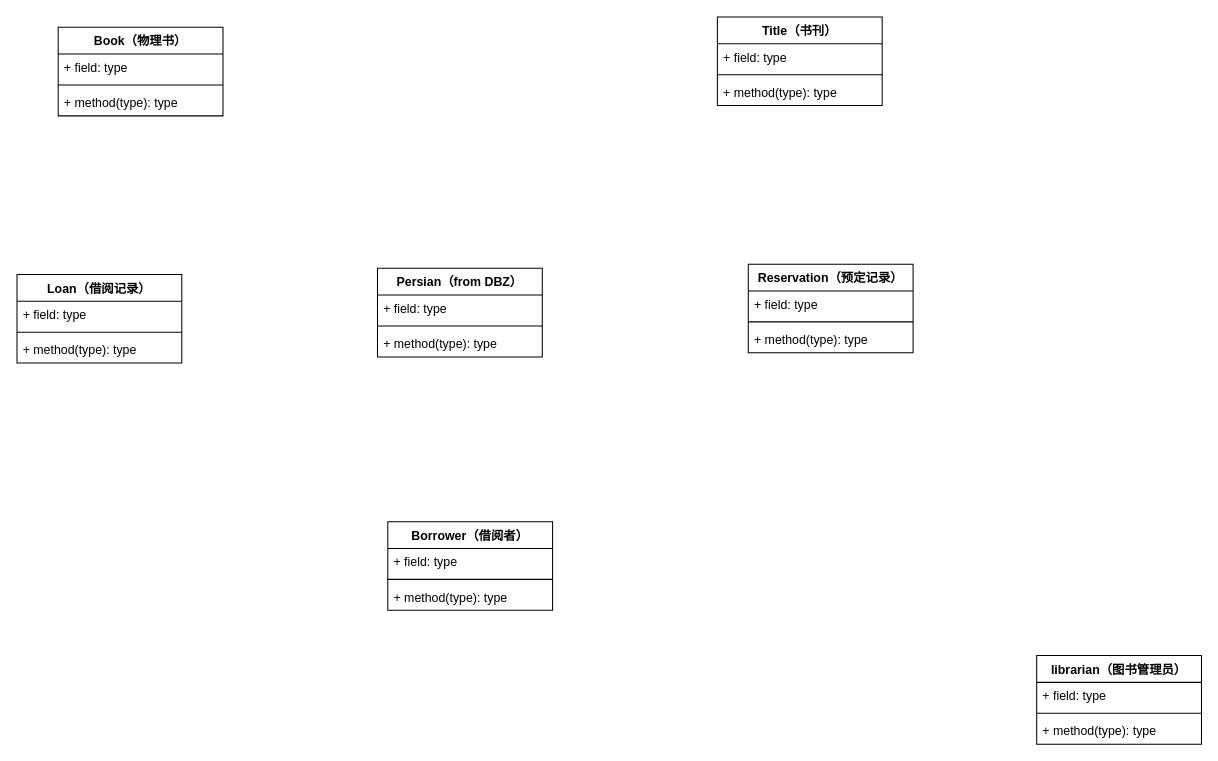
Earlier version of the draw.io diagram 未命名绘图.drawio (xiaogitta/drawImg). Source tidied: cells renumbered, new cells numbered last; positions are measured from the earlier drawing's top-left corner, leaving out a move shared by most shapes. Both pictures are drawn from the tidied source at 103%, with x=0, y=0 at pixel (16, 16).
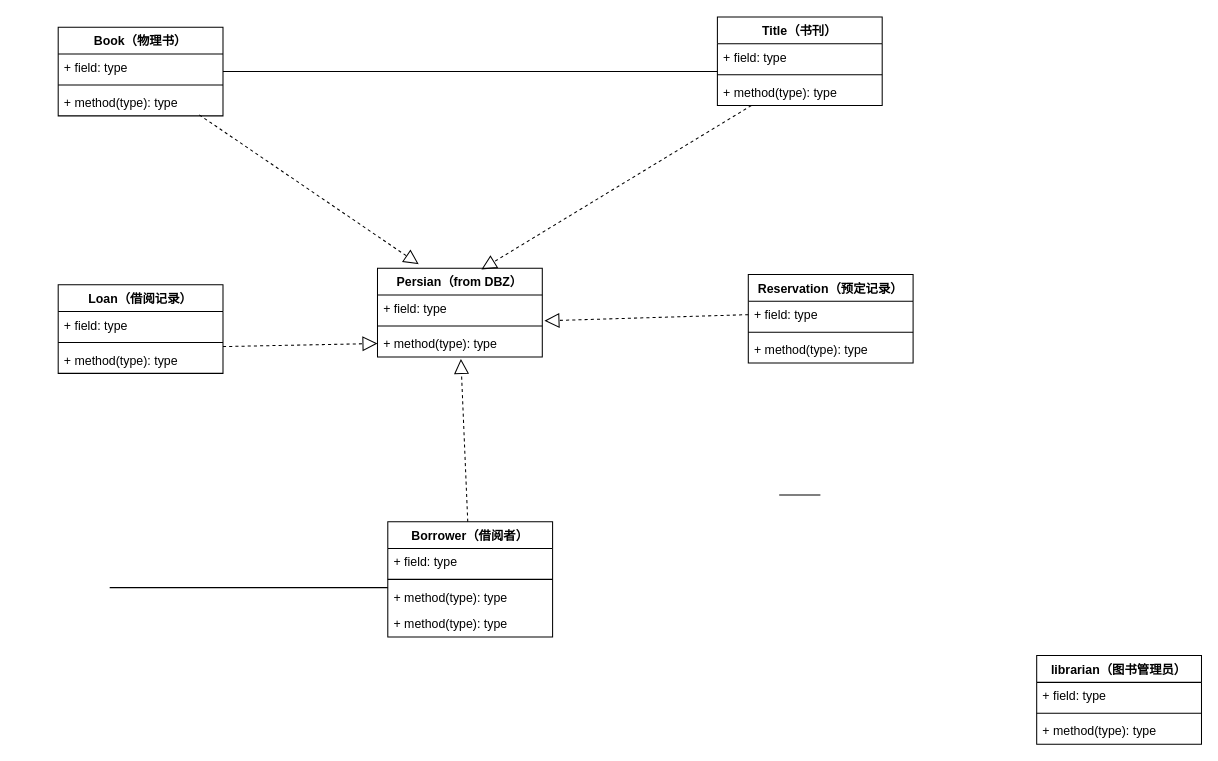
The same diagram, later.

Commit message (it also covers changes not shown here):
更新未命名绘图.drawio

The change refers to these unchanged cells:
```xml
<mxCell id="9" value="+ method(type): type" style="text;strokeColor=none;fillColor=none;align=left;verticalAlign=top;spacingLeft=4;spacingRight=4;overflow=hidden;points=[[0,0.5],[1,0.5]];portConstraint=eastwest;" parent="6" vertex="1">
  <mxGeometry y="60" width="160" height="26" as="geometry" />
</mxCell>
<mxCell id="13" value="+ method(type): type" style="text;strokeColor=none;fillColor=none;align=left;verticalAlign=top;spacingLeft=4;spacingRight=4;overflow=hidden;points=[[0,0.5],[1,0.5]];portConstraint=eastwest;" parent="10" vertex="1">
  <mxGeometry y="60" width="160" height="26" as="geometry" />
</mxCell>
<mxCell id="19" value="+ field: type" style="text;strokeColor=none;fillColor=none;align=left;verticalAlign=top;spacingLeft=4;spacingRight=4;overflow=hidden;points=[[0,0.5],[1,0.5]];portConstraint=eastwest;" parent="18" vertex="1">
  <mxGeometry y="26" width="160" height="26" as="geometry" />
</mxCell>
<mxCell id="26" value="Persian（from DBZ）" style="swimlane;fontStyle=1;align=center;verticalAlign=top;horizontal=1;startSize=26;" parent="1" vertex="1">
  <mxGeometry x="350" y="244" width="160" height="86" as="geometry" />
</mxCell>
<mxCell id="27" value="+ field: type" style="text;strokeColor=none;fillColor=none;align=left;verticalAlign=top;spacingLeft=4;spacingRight=4;overflow=hidden;points=[[0,0.5],[1,0.5]];portConstraint=eastwest;" parent="26" vertex="1">
  <mxGeometry y="26" width="160" height="26" as="geometry" />
</mxCell>
<mxCell id="29" value="+ method(type): type" style="text;strokeColor=none;fillColor=none;align=left;verticalAlign=top;spacingLeft=4;spacingRight=4;overflow=hidden;points=[[0,0.5],[1,0.5]];portConstraint=eastwest;" parent="26" vertex="1">
  <mxGeometry y="60" width="160" height="26" as="geometry" />
</mxCell>
```

Diff of the diagram source:
```diff
@@
     <mxCell id="2" value="Borrower（借阅者）" style="swimlane;fontStyle=1;align=center;verticalAlign=top;horizontal=1;startSize=26;" parent="1" vertex="1">
-      <mxGeometry x="360" y="490" width="160" height="86" as="geometry" />
+      <mxGeometry x="360" y="490" width="160" height="112" as="geometry" />
     </mxCell>
@@
+    <mxCell id="30" value="+ method(type): type" style="text;strokeColor=none;fillColor=none;align=left;verticalAlign=top;spacingLeft=4;spacingRight=4;overflow=hidden;" parent="2" vertex="1">
+      <mxGeometry y="60" width="160" height="26" as="geometry" />
+    </mxCell>
     <mxCell id="5" value="+ method(type): type" style="text;strokeColor=none;fillColor=none;align=left;verticalAlign=top;spacingLeft=4;spacingRight=4;overflow=hidden;" parent="2" vertex="1">
-      <mxGeometry y="60" width="160" height="26" as="geometry" />
+      <mxGeometry y="86" width="160" height="26" as="geometry" />
     </mxCell>
@@
     <mxCell id="14" value="Loan（借阅记录）" style="swimlane;fontStyle=1;align=center;verticalAlign=top;horizontal=1;startSize=26;" parent="1" vertex="1">
-      <mxGeometry y="250" width="160" height="86" as="geometry" />
+      <mxGeometry x="40" y="260" width="160" height="86" as="geometry" />
     </mxCell>
@@
     <mxCell id="18" value="Reservation（预定记录）" style="swimlane;fontStyle=1;align=center;verticalAlign=top;horizontal=1;startSize=26;" parent="1" vertex="1">
-      <mxGeometry x="710" y="240" width="160" height="86" as="geometry" />
+      <mxGeometry x="710" y="250" width="160" height="86" as="geometry" />
     </mxCell>
@@
+    <mxCell id="31" style="line;strokeWidth=1;fillColor=none;align=left;verticalAlign=middle;spacingTop=-1;spacingLeft=3;spacingRight=3;labelPosition=right;strokeColor=inherit;" parent="1" vertex="1">
+      <mxGeometry x="200" y="49" width="480" height="8" as="geometry" />
+    </mxCell>
+    <mxCell id="32" style="line;strokeWidth=1;fillColor=none;align=left;verticalAlign=middle;spacingTop=-1;spacingLeft=3;spacingRight=3;labelPosition=right;strokeColor=inherit;" parent="1" vertex="1">
+      <mxGeometry x="740" y="460" width="40" height="8" as="geometry" />
+    </mxCell>
+    <mxCell id="33" style="endArrow=block;dashed=1;endFill=0;endSize=12;html=1;rounded=0;entryX=0.631;entryY=0.012;entryDx=0;entryDy=0;entryPerimeter=0;exitX=0.206;exitY=1;exitDx=0;exitDy=0;exitPerimeter=0;" parent="1" edge="1" source="9" target="26">
+      <mxGeometry relative="1" as="geometry" />
+    </mxCell>
+    <mxCell id="34" style="endArrow=block;dashed=1;endFill=0;endSize=12;html=1;rounded=0;exitX=0.856;exitY=0.962;exitDx=0;exitDy=0;exitPerimeter=0;" parent="1" edge="1" source="13">
+      <mxGeometry relative="1" as="geometry">
+        <mxPoint x="390" y="240" as="targetPoint" />
+      </mxGeometry>
+    </mxCell>
+    <mxCell id="35" style="endArrow=block;dashed=1;endFill=0;endSize=12;html=1;rounded=0;entryX=0;entryY=0.5;entryDx=0;entryDy=0;" parent="1" edge="1" target="29">
+      <mxGeometry relative="1" as="geometry">
+        <mxPoint x="200" y="320" as="sourcePoint" />
+      </mxGeometry>
+    </mxCell>
+    <mxCell id="36" style="endArrow=block;dashed=1;endFill=0;endSize=12;html=1;rounded=0;exitX=0;exitY=0.5;exitDx=0;exitDy=0;entryX=1.013;entryY=0.962;entryDx=0;entryDy=0;entryPerimeter=0;" parent="1" edge="1" source="19" target="27">
+      <mxGeometry relative="1" as="geometry" />
+    </mxCell>
+    <mxCell id="37" style="endArrow=block;dashed=1;endFill=0;endSize=12;html=1;rounded=0;entryX=0.506;entryY=1.077;entryDx=0;entryDy=0;entryPerimeter=0;" parent="1" edge="1" source="2" target="29">
+      <mxGeometry relative="1" as="geometry" />
+    </mxCell>
+    <mxCell id="38" style="line;strokeWidth=1;fillColor=none;align=left;verticalAlign=middle;spacingTop=-1;spacingLeft=3;spacingRight=3;labelPosition=right;strokeColor=inherit;" parent="1" vertex="1">
+      <mxGeometry x="90" y="550" width="270" height="8" as="geometry" />
+    </mxCell>
```
